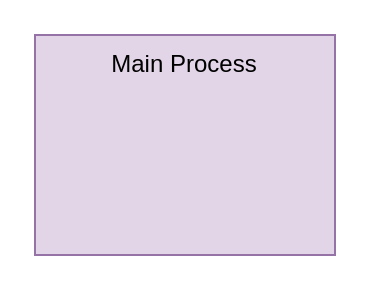
Earlier version of the draw.io diagram IPC通信.drawio (richardwei195/blog). Source tidied: cells renumbered, new cells numbered last; positions are measured from the earlier drawing's top-left corner, leaving out a move shared by most shapes. Both pictures are drawn from the tidied source at 200%, with x=0, y=0 at pixel (34, 34).
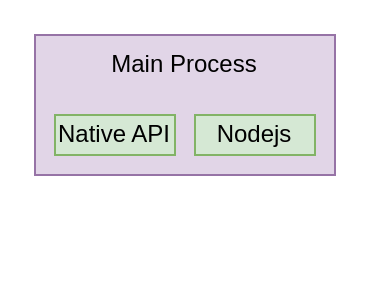
Above is the later version.

Diff of the diagram source:
```diff
@@
 <mxGraphModel>
   <root>
     <mxCell id="0" />
     <mxCell id="1" parent="0" />
     <mxCell id="2" style="rounded=0;whiteSpace=wrap;html=1;fillColor=#e1d5e7;strokeColor=#9673a6;" parent="1" vertex="1">
-      <mxGeometry width="150" height="110" as="geometry" />
+      <mxGeometry width="150" height="70" as="geometry" />
     </mxCell>
     <mxCell id="3" value="Main Process" style="text;html=1;align=center;verticalAlign=middle;whiteSpace=wrap;rounded=0;fontColor=#000000;" parent="1" vertex="1">
       <mxGeometry x="35" width="80" height="30" as="geometry" />
     </mxCell>
+    <mxCell id="4" value="Native API" style="rounded=0;whiteSpace=wrap;html=1;fillColor=#d5e8d4;strokeColor=#82b366;" parent="1" vertex="1">
+      <mxGeometry x="10" y="40" width="60" height="20" as="geometry" />
+    </mxCell>
+    <mxCell id="5" value="Nodejs" style="rounded=0;whiteSpace=wrap;html=1;fillColor=#d5e8d4;strokeColor=#82b366;" parent="1" vertex="1">
+      <mxGeometry x="80" y="40" width="60" height="20" as="geometry" />
+    </mxCell>
   </root>
 </mxGraphModel>
```
